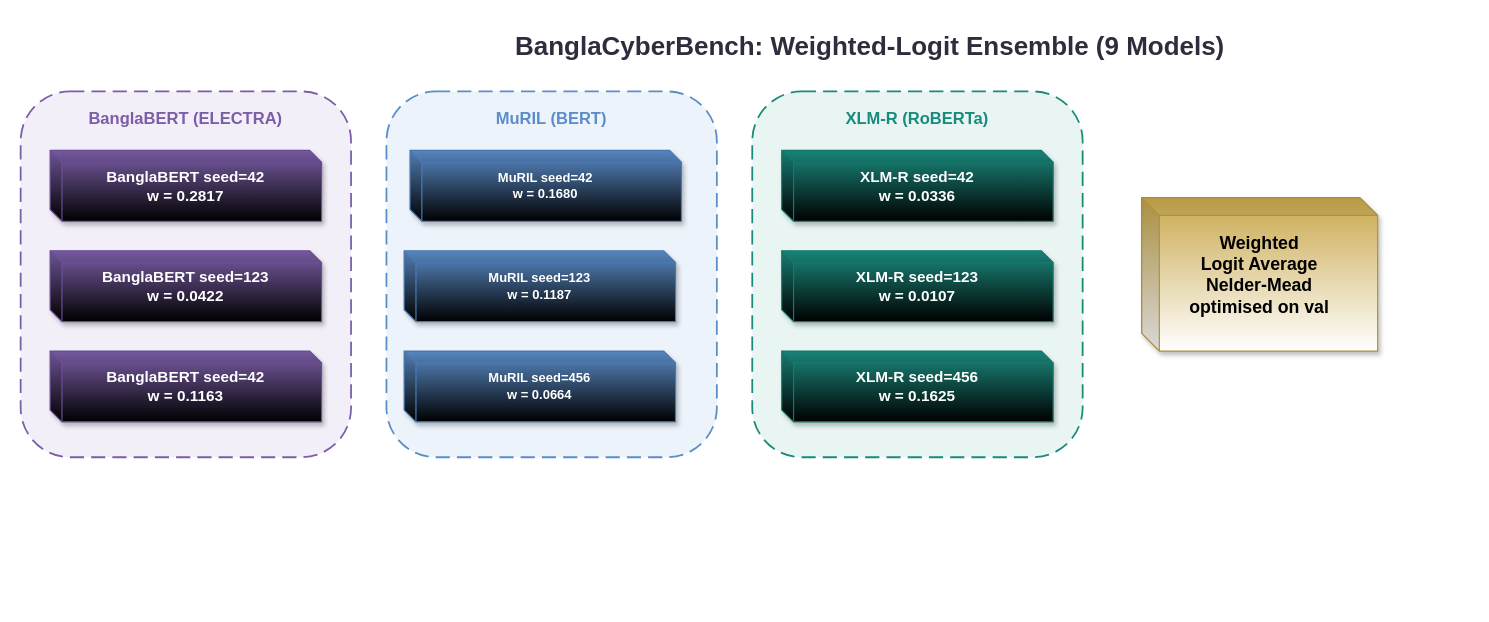
Above: CyberD2.drawio in Sefayet-Alam/Research-Related (draw.io), before the change. Source tidied: cells renumbered, new cells numbered last; positions are measured from the earlier drawing's top-left corner, leaving out a move shared by most shapes. Both pictures are drawn from the tidied source at 118%, with x=0, y=0 at pixel (20, 20).
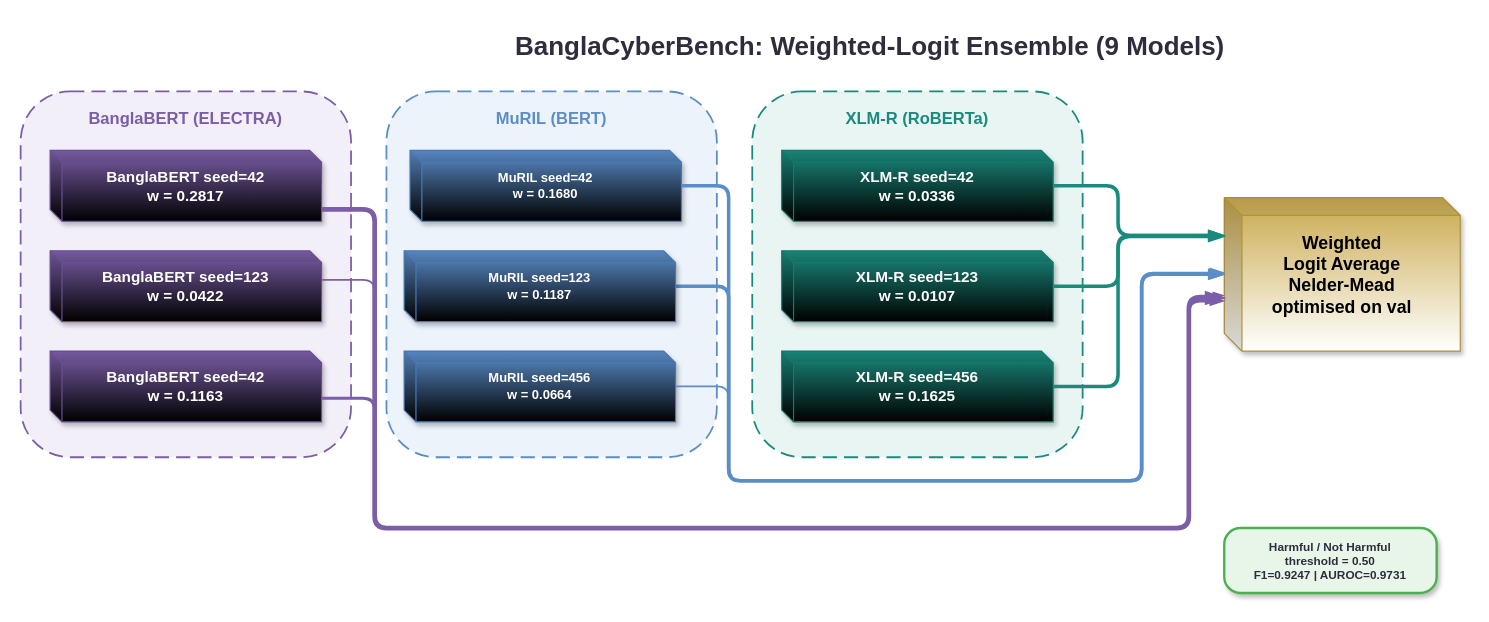
After the change.

Unchanged cells that the change refers to:
```xml
<mxCell id="5" value="BanglaBERT seed=123&#10;w = 0.0422" style="shape=cube;whiteSpace=wrap;size=10;darkOpacity=0.05;darkOpacity2=0.1;fillColor=#7B5EA7;strokeColor=#6B4E97;fontColor=#FFFFFF;fontSize=13;fontStyle=1;fontFamily=Arial;shadow=1;gradientColor=default;" parent="1" vertex="1">
  <mxGeometry x="25" y="195" width="230" height="60" as="geometry" />
</mxCell>
<mxCell id="6" value="BanglaBERT seed=42&#10;w = 0.1163" style="shape=cube;whiteSpace=wrap;size=10;darkOpacity=0.05;darkOpacity2=0.1;fillColor=#7B5EA7;strokeColor=#6B4E97;fontColor=#FFFFFF;fontSize=13;fontStyle=1;fontFamily=Arial;shadow=1;gradientColor=default;" parent="1" vertex="1">
  <mxGeometry x="25" y="280" width="230" height="60" as="geometry" />
</mxCell>
<mxCell id="8" value="MuRIL seed=42 &#10;w = 0.1680" style="shape=cube;whiteSpace=wrap;size=10;darkOpacity=0.05;darkOpacity2=0.1;fillColor=#5B8DC9;strokeColor=#4A7AB5;fontColor=#FFFFFF;fontSize=11;fontStyle=1;fontFamily=Arial;shadow=1;gradientColor=default;" parent="1" vertex="1">
  <mxGeometry x="330" y="110" width="230" height="60" as="geometry" />
</mxCell>
<mxCell id="9" value="MuRIL seed=123 &#10;w = 0.1187" style="shape=cube;whiteSpace=wrap;size=10;darkOpacity=0.05;darkOpacity2=0.1;fillColor=#5B8DC9;strokeColor=#4A7AB5;fontColor=#FFFFFF;fontSize=11;fontStyle=1;fontFamily=Arial;shadow=1;gradientColor=default;" parent="1" vertex="1">
  <mxGeometry x="325" y="195" width="230" height="60" as="geometry" />
</mxCell>
<mxCell id="10" value="MuRIL seed=456 &#10;w = 0.0664" style="shape=cube;whiteSpace=wrap;size=10;darkOpacity=0.05;darkOpacity2=0.1;fillColor=#5B8DC9;strokeColor=#4A7AB5;fontColor=#FFFFFF;fontSize=11;fontStyle=1;fontFamily=Arial;shadow=1;gradientColor=default;" parent="1" vertex="1">
  <mxGeometry x="325" y="280" width="230" height="60" as="geometry" />
</mxCell>
<mxCell id="12" value="XLM-R seed=42 &#10;w = 0.0336" style="shape=cube;whiteSpace=wrap;size=10;darkOpacity=0.05;darkOpacity2=0.1;fillColor=#1A8A7D;strokeColor=#147A6D;fontColor=#FFFFFF;fontSize=13;fontStyle=1;fontFamily=Arial;shadow=1;gradientColor=default;" parent="1" vertex="1">
  <mxGeometry x="645" y="110" width="230" height="60" as="geometry" />
</mxCell>
<mxCell id="13" value="XLM-R seed=123 &#10;w = 0.0107" style="shape=cube;whiteSpace=wrap;size=10;darkOpacity=0.05;darkOpacity2=0.1;fillColor=#1A8A7D;strokeColor=#147A6D;fontColor=#FFFFFF;fontSize=13;fontStyle=1;fontFamily=Arial;shadow=1;gradientColor=default;" parent="1" vertex="1">
  <mxGeometry x="645" y="195" width="230" height="60" as="geometry" />
</mxCell>
<mxCell id="14" value="XLM-R seed=456 &#10;w = 0.1625" style="shape=cube;whiteSpace=wrap;size=10;darkOpacity=0.05;darkOpacity2=0.1;fillColor=#1A8A7D;strokeColor=#147A6D;fontColor=#FFFFFF;fontSize=13;fontStyle=1;fontFamily=Arial;shadow=1;gradientColor=default;" parent="1" vertex="1">
  <mxGeometry x="645" y="280" width="230" height="60" as="geometry" />
</mxCell>
```

The edit, as a diff of the source:
```diff
@@
+    <mxCell id="16" style="edgeStyle=orthogonalEdgeStyle;rounded=1;jettySize=auto;strokeColor=#5B8DC9;strokeWidth=3;endArrow=blockThin;endFill=1;entryX=0.007;entryY=0.495;entryDx=0;entryDy=0;entryPerimeter=0;" parent="1" edge="1" source="9" target="15">
+      <mxGeometry relative="1" as="geometry">
+        <Array as="points">
+          <mxPoint x="600" y="225" />
+          <mxPoint x="600" y="390" />
+          <mxPoint x="950" y="390" />
+          <mxPoint x="950" y="214" />
+          <mxPoint x="1021" y="214" />
+        </Array>
+      </mxGeometry>
+    </mxCell>
@@
     <mxCell id="15" value="Weighted &#10;Logit Average &#10;Nelder-Mead &#10;optimised on val" style="shape=cube;whiteSpace=wrap;size=15;darkOpacity=0.08;darkOpacity2=0.15;fillColor=#C9A84C;strokeColor=#B0923A;fontColor=#000000;fontSize=15;fontStyle=1;fontFamily=Arial;shadow=1;gradientColor=#FFFFFF;gradientDirection=south;" parent="1" vertex="1">
-      <mxGeometry x="950" y="150" width="200" height="130" as="geometry" />
+      <mxGeometry x="1020" y="150" width="200" height="130" as="geometry" />
     </mxCell>
+    <mxCell id="17" style="edgeStyle=orthogonalEdgeStyle;rounded=1;jettySize=auto;strokeColor=#5B8DC9;strokeWidth=3;endArrow=blockThin;endFill=1;" parent="1" edge="1" source="8" target="15">
+      <mxGeometry relative="1" as="geometry">
+        <Array as="points">
+          <mxPoint x="600" y="140" />
+          <mxPoint x="600" y="390" />
+          <mxPoint x="950" y="390" />
+          <mxPoint x="950" y="215" />
+        </Array>
+      </mxGeometry>
+    </mxCell>
+    <mxCell id="18" style="edgeStyle=orthogonalEdgeStyle;rounded=1;jettySize=auto;strokeColor=#5B8DC9;strokeWidth=1.5;endArrow=blockThin;endFill=1;" parent="1" edge="1" source="10" target="15">
+      <mxGeometry relative="1" as="geometry">
+        <Array as="points">
+          <mxPoint x="600" y="310" />
+          <mxPoint x="600" y="390" />
+          <mxPoint x="950" y="390" />
+          <mxPoint x="950" y="215" />
+        </Array>
+      </mxGeometry>
+    </mxCell>
+    <mxCell id="19" style="edgeStyle=orthogonalEdgeStyle;rounded=1;orthogonalLoop=1;jettySize=auto;strokeColor=#7B5EA7;strokeWidth=4;endArrow=blockThin;endFill=1;" parent="1" edge="1">
+      <mxGeometry relative="1" as="geometry">
+        <mxPoint x="255" y="160" as="sourcePoint" />
+        <mxPoint x="1020" y="235" as="targetPoint" />
+        <Array as="points">
+          <mxPoint x="300" y="160" />
+          <mxPoint x="300" y="430" />
+          <mxPoint x="990" y="430" />
+        </Array>
+      </mxGeometry>
+    </mxCell>
+    <mxCell id="20" style="edgeStyle=orthogonalEdgeStyle;rounded=1;jettySize=auto;strokeColor=#7B5EA7;strokeWidth=1.5;endArrow=blockThin;endFill=1;exitX=1;exitY=0.412;exitDx=0;exitDy=0;exitPerimeter=0;" parent="1" edge="1" source="5">
+      <mxGeometry relative="1" as="geometry">
+        <mxPoint x="1020" y="233" as="targetPoint" />
+        <Array as="points">
+          <mxPoint x="300" y="220" />
+          <mxPoint x="300" y="430" />
+          <mxPoint x="990" y="430" />
+          <mxPoint x="990" y="233" />
+        </Array>
+      </mxGeometry>
+    </mxCell>
+    <mxCell id="21" style="edgeStyle=orthogonalEdgeStyle;rounded=1;jettySize=auto;strokeColor=#7B5EA7;strokeWidth=2.5;endArrow=blockThin;endFill=1;entryX=0;entryY=0;entryDx=0;entryDy=115;entryPerimeter=0;" parent="1" edge="1" source="6">
+      <mxGeometry relative="1" as="geometry">
+        <mxPoint x="1020" y="237.5" as="targetPoint" />
+        <Array as="points">
+          <mxPoint x="300" y="320" />
+          <mxPoint x="300" y="430" />
+          <mxPoint x="990" y="430" />
+          <mxPoint x="990" y="238" />
+        </Array>
+      </mxGeometry>
+    </mxCell>
+    <mxCell id="22" style="edgeStyle=orthogonalEdgeStyle;rounded=1;jettySize=auto;strokeColor=#1A8A7D;strokeWidth=3;endArrow=blockThin;endFill=1;" parent="1" edge="1" source="12" target="15">
+      <mxGeometry relative="1" as="geometry">
+        <Array as="points">
+          <mxPoint x="930" y="140" />
+          <mxPoint x="930" y="182" />
+        </Array>
+      </mxGeometry>
+    </mxCell>
+    <mxCell id="23" style="edgeStyle=orthogonalEdgeStyle;rounded=1;jettySize=auto;strokeColor=#1A8A7D;strokeWidth=3;endArrow=blockThin;endFill=1;" parent="1" edge="1" source="13" target="15">
+      <mxGeometry relative="1" as="geometry">
+        <Array as="points">
+          <mxPoint x="930" y="225" />
+          <mxPoint x="930" y="182" />
+        </Array>
+      </mxGeometry>
+    </mxCell>
+    <mxCell id="24" style="edgeStyle=orthogonalEdgeStyle;rounded=1;jettySize=auto;strokeColor=#1A8A7D;strokeWidth=3;endArrow=blockThin;endFill=1;" parent="1" edge="1" source="14" target="15">
+      <mxGeometry relative="1" as="geometry">
+        <Array as="points">
+          <mxPoint x="930" y="310" />
+          <mxPoint x="930" y="183" />
+        </Array>
+      </mxGeometry>
+    </mxCell>
+    <mxCell id="25" value="Harmful / Not Harmful &#10;threshold = 0.50 &#10;F1=0.9247 | AUROC=0.9731" style="rounded=1;whiteSpace=wrap;arcSize=25;fillColor=#E8F5E9;strokeColor=#4CAF50;strokeWidth=2;fontColor=#2D2D3D;fontSize=10;fontStyle=1;fontFamily=Arial;shadow=1;" parent="1" vertex="1">
+      <mxGeometry x="1020" y="430" width="180" height="55" as="geometry" />
+    </mxCell>
```
